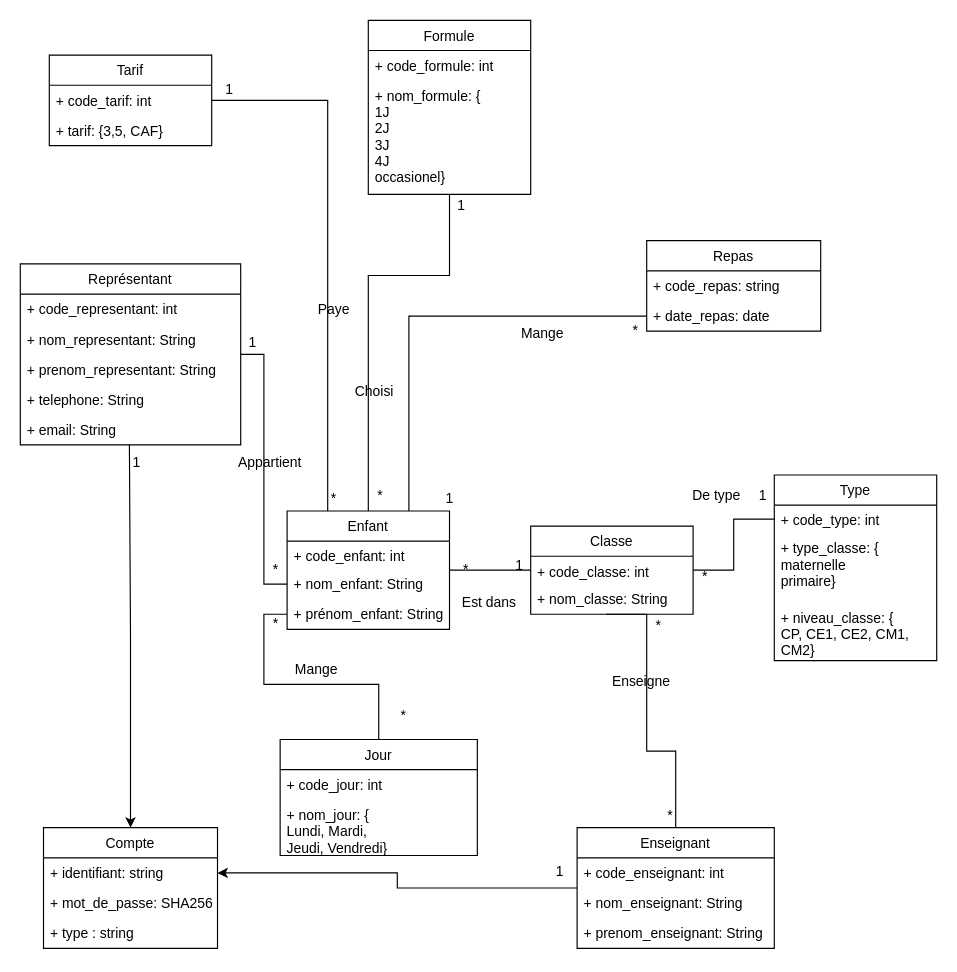
Before: documents/SGBD.drawio in Gwendo73/Cantine, a draw.io diagram. Source tidied: cells renumbered, new cells numbered last; positions are measured from the earlier drawing's top-left corner, leaving out a move shared by most shapes. Both pictures are drawn from the tidied source at 116%, with x=0, y=0 at pixel (20, 20).
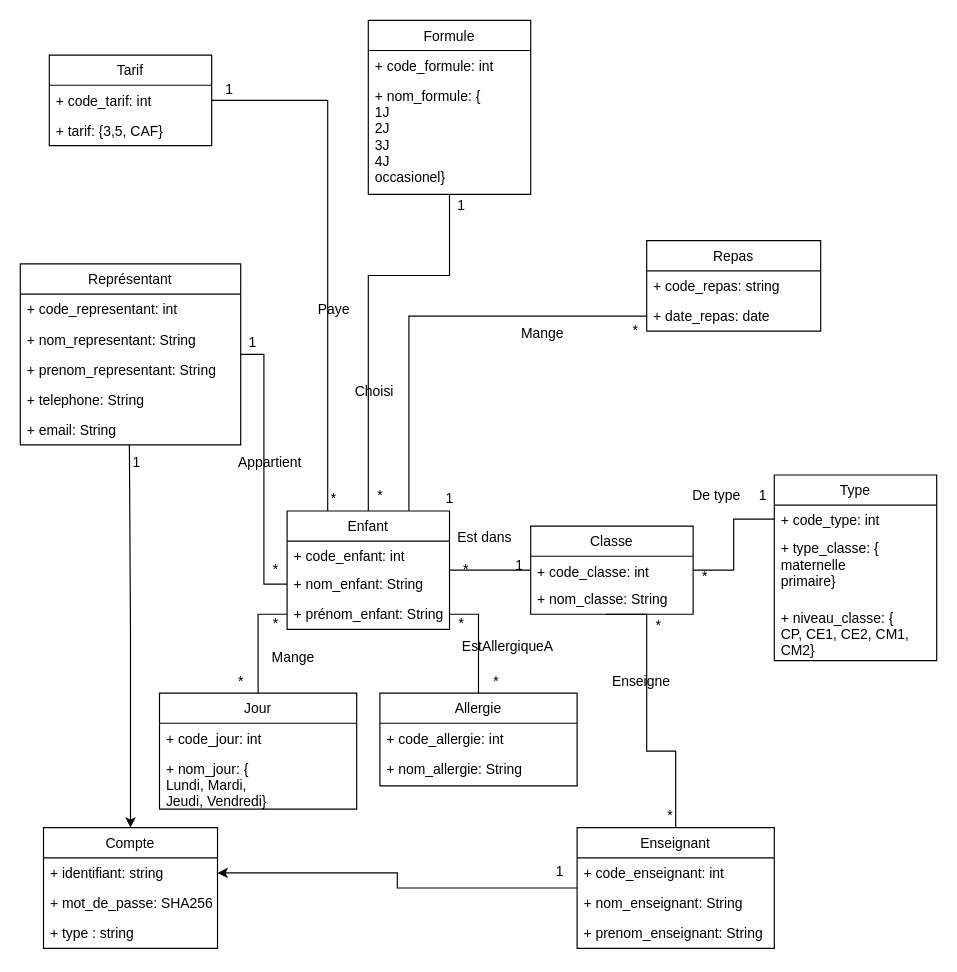
Above is the later version.

The change refers to these unchanged cells:
```xml
<mxCell id="18" value="+ prénom_enfant: String" style="text;strokeColor=none;fillColor=none;align=left;verticalAlign=top;spacingLeft=4;spacingRight=4;overflow=hidden;points=[[0,0.5],[1,0.5]];portConstraint=eastwest;" parent="15" vertex="1">
  <mxGeometry y="76" width="140" height="26" as="geometry" />
</mxCell>
```

Change to the diagram source:
```diff
@@
     <mxCell id="43" value="Est dans" style="text;html=1;align=center;verticalAlign=middle;strokeColor=none;fillColor=none;" parent="1" vertex="1">
-      <mxGeometry x="374" y="492" width="60" height="20" as="geometry" />
+      <mxGeometry x="370" y="436" width="60" height="20" as="geometry" />
     </mxCell>
@@
     <mxCell id="68" value="Jour" style="swimlane;fontStyle=0;horizontal=1;startSize=26;fillColor=none;" parent="1" vertex="1">
-      <mxGeometry x="224" y="620" width="170" height="100" as="geometry" />
+      <mxGeometry x="120" y="580" width="170" height="100" as="geometry" />
     </mxCell>
@@
     <mxCell id="71" value="Mange" style="text;html=1;align=center;verticalAlign=middle;strokeColor=none;fillColor=none;" parent="1" vertex="1">
-      <mxGeometry x="230" y="550" width="50" height="20" as="geometry" />
+      <mxGeometry x="210" y="540" width="50" height="20" as="geometry" />
     </mxCell>
@@
     <mxCell id="74" value="*" style="text;html=1;align=center;verticalAlign=middle;strokeColor=none;fillColor=none;" parent="1" vertex="1">
-      <mxGeometry x="320" y="590" width="20" height="20" as="geometry" />
+      <mxGeometry x="180" y="560" width="20" height="20" as="geometry" />
     </mxCell>
+    <mxCell id="75" style="edgeStyle=none;html=1;entryX=1;entryY=0.5;entryDx=0;entryDy=0;endArrow=none;endFill=0;rounded=0;" parent="1" edge="1" source="76" target="18">
+      <mxGeometry relative="1" as="geometry">
+        <Array as="points">
+          <mxPoint x="395" y="512" />
+        </Array>
+      </mxGeometry>
+    </mxCell>
+    <mxCell id="76" value="Allergie" style="swimlane;fontStyle=0;horizontal=1;startSize=26;fillColor=none;" parent="1" vertex="1">
+      <mxGeometry x="310" y="580" width="170" height="80" as="geometry" />
+    </mxCell>
+    <mxCell id="77" value="+ code_allergie: int" style="text;strokeColor=none;fillColor=none;align=left;verticalAlign=top;spacingLeft=4;spacingRight=4;overflow=hidden;" parent="76" vertex="1">
+      <mxGeometry y="26" width="170" height="26" as="geometry" />
+    </mxCell>
+    <mxCell id="78" value="+ nom_allergie: String" style="text;strokeColor=none;fillColor=none;align=left;verticalAlign=top;spacingLeft=4;spacingRight=4;overflow=hidden;" parent="76" vertex="1">
+      <mxGeometry y="52" width="170" height="28" as="geometry" />
+    </mxCell>
+    <mxCell id="79" value="*" style="text;html=1;align=center;verticalAlign=middle;strokeColor=none;fillColor=none;" parent="1" vertex="1">
+      <mxGeometry x="370" y="510" width="20" height="20" as="geometry" />
+    </mxCell>
+    <mxCell id="80" value="*" style="text;html=1;align=center;verticalAlign=middle;strokeColor=none;fillColor=none;" parent="1" vertex="1">
+      <mxGeometry x="400" y="560" width="20" height="20" as="geometry" />
+    </mxCell>
+    <mxCell id="81" value="EstAllergiqueA" style="text;html=1;align=center;verticalAlign=middle;strokeColor=none;fillColor=none;" parent="1" vertex="1">
+      <mxGeometry x="375" y="530" width="90" height="20" as="geometry" />
+    </mxCell>
```
